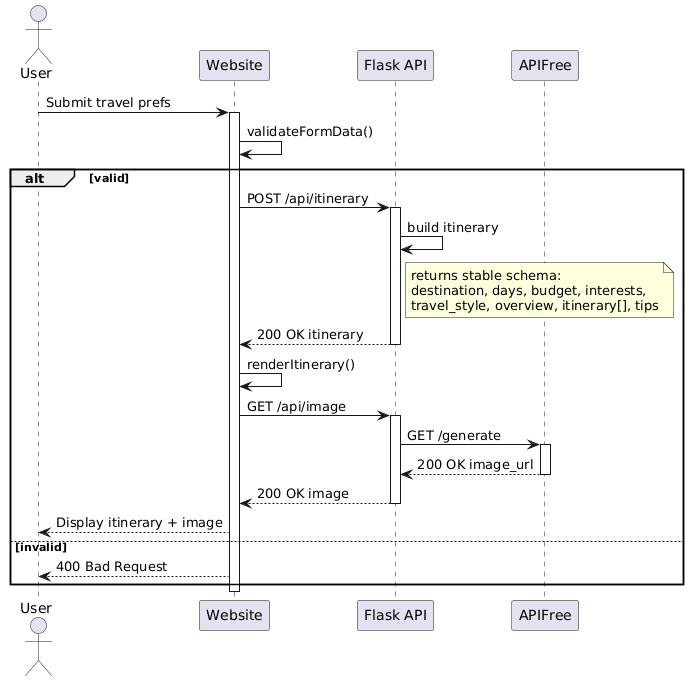
EasonYang0618/travel-planner-generator keeps this PlantUML diagram as Task1/artifacts/uml/sequence_diagram.png. Above is the earlier version.
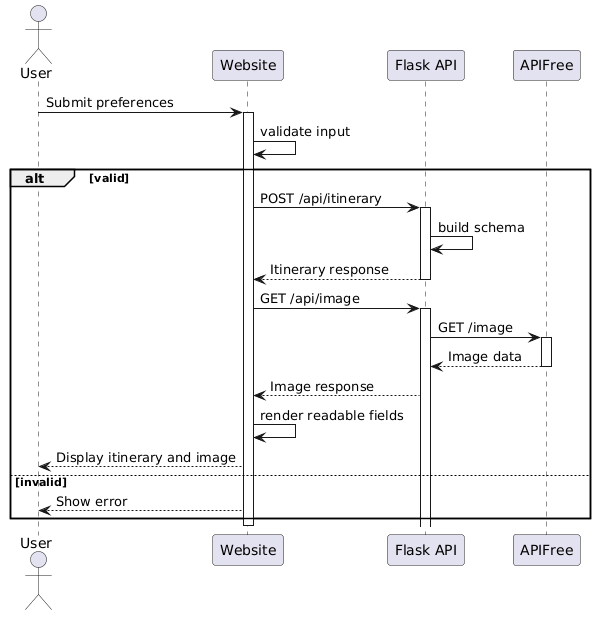
The same diagram one commit later.

The edit, as a diff of the source:
```diff
@@ -1,33 +1,28 @@
 @startuml
 actor User
 participant Website
-participant "Flask API" as FlaskAPI
+participant "Flask API" as API
 participant APIFree
-
-User -> Website: Submit travel prefs
+User -> Website: Submit preferences
 activate Website
-Website -> Website: validateFormData()
+Website -> Website: validate input
 alt valid
-  Website -> FlaskAPI: POST /api/itinerary
-  activate FlaskAPI
-  FlaskAPI -> FlaskAPI: build itinerary
-  note right of FlaskAPI: returns stable schema:\ndestination, days, budget, interests,\ntravel_style, overview, itinerary[], tips
-  FlaskAPI --> Website: 200 OK itinerary
-  deactivate FlaskAPI
-
-  Website -> Website: renderItinerary()
-  Website -> FlaskAPI: GET /api/image
-  activate FlaskAPI
-  FlaskAPI -> APIFree: GET /generate
-  activate APIFree
-  APIFree --> FlaskAPI: 200 OK image_url
-  deactivate APIFree
-  FlaskAPI --> Website: 200 OK image
-  deactivate FlaskAPI
-
-  Website --> User: Display itinerary + image
+ Website -> API: POST /api/itinerary
+ activate API
+ API -> API: build schema
+ API --> Website: Itinerary response
+ deactivate API
+ Website -> API: GET /api/image
+ activate API
+ API -> APIFree: GET /image
+ activate APIFree
+ APIFree --> API: Image data
+ deactivate APIFree
+ API --> Website: Image response
+ Website -> Website: render readable fields
+ Website --> User: Display itinerary and image
 else invalid
-  Website --> User: 400 Bad Request
+ Website --> User: Show error
 end
 deactivate Website
 @enduml
```
